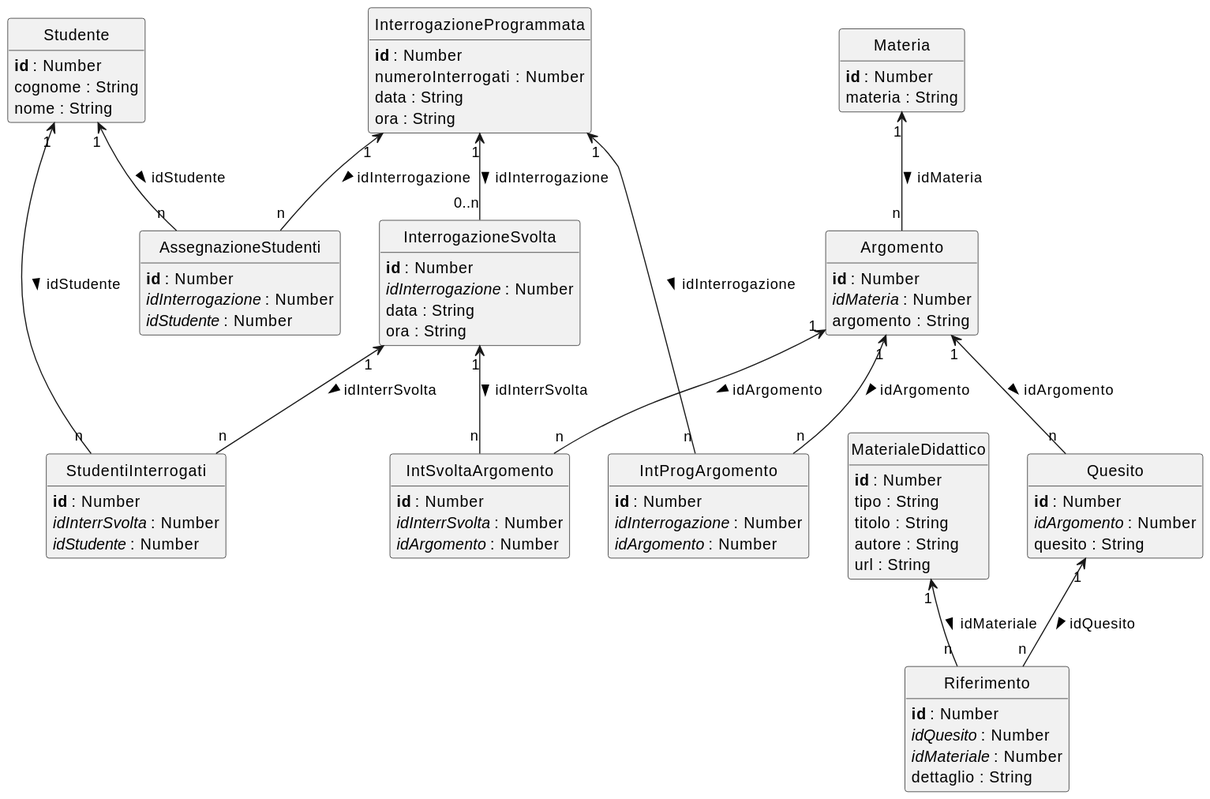
The PlantUML diagram images/class-diagram.svg in gionatamassibenincasa/study-together, before a commit.
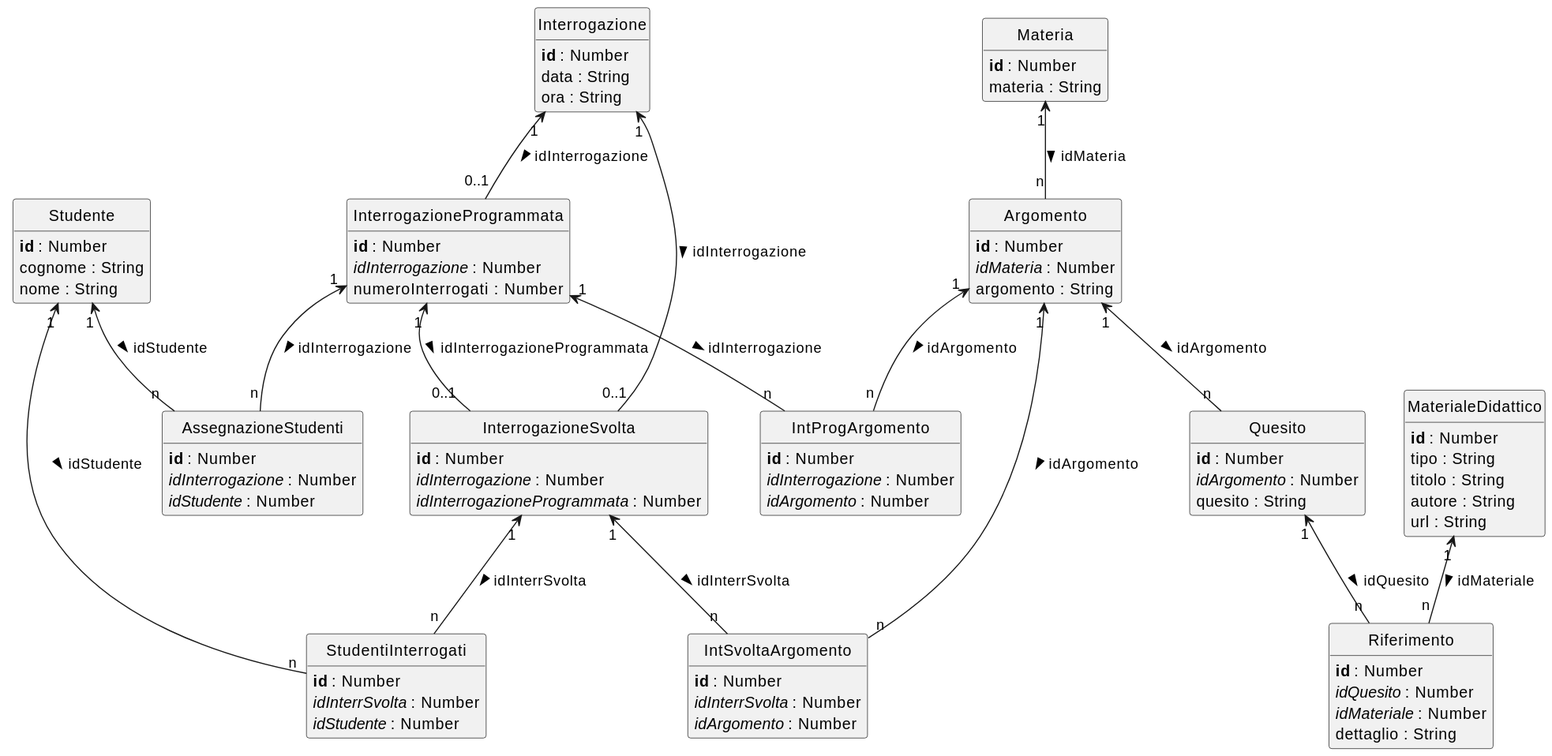
The same file after the commit.

Change to the diagram source:
```diff
@@ -40,11 +40,16 @@
   dettaglio : String
 }
 
+class Interrogazione {
+  **id** : Number
+  data : String
+  ora : String
+}
+
 class InterrogazioneProgrammata {
   **id** : Number
+  //idInterrogazione// : Number
   numeroInterrogati : Number
-  data : String
-  ora : String
 }
 
 class IntProgArgomento {
@@ -62,8 +67,7 @@
 class InterrogazioneSvolta {
   **id** : Number
   //idInterrogazione// : Number
-  data : String
-  ora : String
+  //idInterrogazioneProgrammata// : Number
 }
 
 class IntSvoltaArgomento {
@@ -82,11 +86,13 @@
 Argomento "1" <-- "n" Quesito : idArgomento >
 Quesito "1" <-- "n" Riferimento : idQuesito >
 MaterialeDidattico "1" <-- "n" Riferimento : idMateriale >
+Interrogazione "1" <-- "0..1" InterrogazioneProgrammata : idInterrogazione >
 InterrogazioneProgrammata "1" <-- "n" IntProgArgomento : idInterrogazione >
 Argomento "1" <-- "n" IntProgArgomento : idArgomento >
 InterrogazioneProgrammata "1" <-- "n" AssegnazioneStudenti : idInterrogazione >
 Studente "1" <-- "n" AssegnazioneStudenti : idStudente >
-InterrogazioneProgrammata "1" <-- "0..n" InterrogazioneSvolta : idInterrogazione >
+Interrogazione "1" <-- "0..1" InterrogazioneSvolta : idInterrogazione >
+InterrogazioneProgrammata "1" <-- "0..1" InterrogazioneSvolta : idInterrogazioneProgrammata >
 InterrogazioneSvolta "1" <-- "n" IntSvoltaArgomento : idInterrSvolta >
 Argomento "1" <-- "n" IntSvoltaArgomento : idArgomento >
 InterrogazioneSvolta "1" <-- "n" StudentiInterrogati : idInterrSvolta >
```
